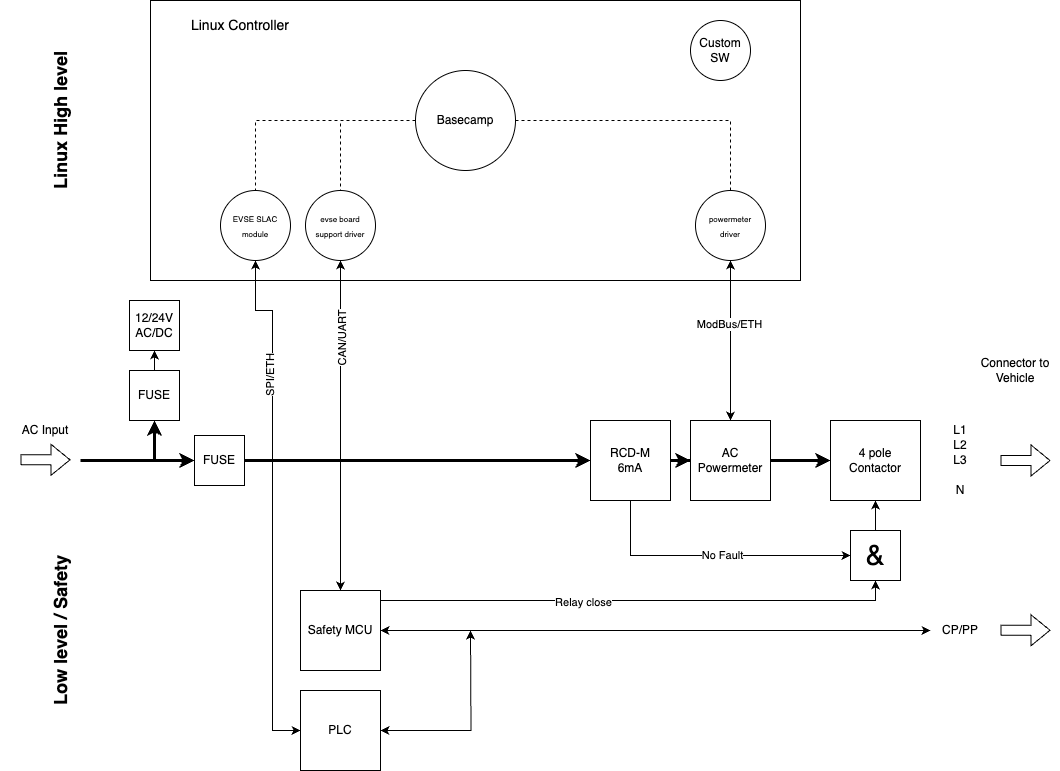
The draw.io diagram docs/source/explanation/images/ac-architecture.png in EVerest/everest-core, before a commit. Source tidied: cells renumbered, new cells last; positions are measured from the earlier drawing's top-left corner, leaving out a move shared by most shapes. The source it was exported from:
```xml
<mxGraphModel>
  <root>
    <mxCell id="0" />
    <mxCell id="1" parent="0" />
    <mxCell id="2" style="rounded=0;whiteSpace=wrap;html=1;" parent="1" vertex="1">
      <mxGeometry x="170" width="650" height="280" as="geometry" />
    </mxCell>
    <mxCell id="3" style="edgeStyle=orthogonalEdgeStyle;rounded=0;jettySize=auto;html=1;endArrow=none;endFill=0;dashed=1;" parent="1" edge="1" source="6" target="40">
      <mxGeometry relative="1" as="geometry" />
    </mxCell>
    <mxCell id="4" style="edgeStyle=orthogonalEdgeStyle;rounded=0;jettySize=auto;html=1;endArrow=none;endFill=0;dashed=1;" parent="1" edge="1" source="6" target="45">
      <mxGeometry relative="1" as="geometry" />
    </mxCell>
    <mxCell id="5" style="edgeStyle=orthogonalEdgeStyle;rounded=0;jettySize=auto;html=1;entryX=0.5;entryY=0;entryDx=0;entryDy=0;endArrow=none;endFill=0;dashed=1;" parent="1" edge="1" source="6" target="37">
      <mxGeometry relative="1" as="geometry" />
    </mxCell>
    <mxCell id="6" value="Basecamp" style="ellipse;whiteSpace=wrap;html=1;" parent="1" vertex="1">
      <mxGeometry x="435" y="70" width="100" height="100" as="geometry" />
    </mxCell>
    <mxCell id="7" value="Custom SW" style="ellipse;whiteSpace=wrap;html=1;" parent="1" vertex="1">
      <mxGeometry x="710" y="20" width="60" height="60" as="geometry" />
    </mxCell>
    <mxCell id="8" style="edgeStyle=orthogonalEdgeStyle;rounded=0;jettySize=auto;html=1;entryX=0.5;entryY=1;entryDx=0;entryDy=0;" parent="1" edge="1" source="11" target="34">
      <mxGeometry relative="1" as="geometry">
        <Array as="points">
          <mxPoint x="895" y="600" />
        </Array>
      </mxGeometry>
    </mxCell>
    <mxCell id="9" value="Relay close" style="edgeLabel;html=1;align=center;verticalAlign=middle;" parent="8" vertex="1">
      <mxGeometry x="-0.21" y="-1" relative="1" as="geometry" />
    </mxCell>
    <mxCell id="10" style="edgeStyle=orthogonalEdgeStyle;rounded=0;jettySize=auto;html=1;startArrow=classic;startFill=1;" parent="1" edge="1" source="11" target="14">
      <mxGeometry relative="1" as="geometry">
        <Array as="points">
          <mxPoint x="980" y="630" />
        </Array>
      </mxGeometry>
    </mxCell>
    <mxCell id="11" value="Safety MCU" style="whiteSpace=wrap;html=1;" parent="1" vertex="1">
      <mxGeometry x="320" y="590" width="80" height="80" as="geometry" />
    </mxCell>
    <mxCell id="12" value="&lt;font style=&quot;font-size: 14px;&quot;&gt;Linux Controller&lt;/font&gt;" style="text;html=1;align=center;verticalAlign=middle;whiteSpace=wrap;rounded=0;" parent="1" vertex="1">
      <mxGeometry x="180" y="10" width="160" height="30" as="geometry" />
    </mxCell>
    <mxCell id="13" style="shape=flexArrow;endArrow=classic;html=1;rounded=0;" parent="1" edge="1">
      <mxGeometry relative="1" as="geometry">
        <mxPoint x="1020" y="629.8" as="sourcePoint" />
        <mxPoint x="1070" y="629.8" as="targetPoint" />
      </mxGeometry>
    </mxCell>
    <mxCell id="14" value="CP/PP" style="text;html=1;align=center;verticalAlign=middle;whiteSpace=wrap;rounded=0;" parent="1" vertex="1">
      <mxGeometry x="950" y="615" width="60" height="30" as="geometry" />
    </mxCell>
    <mxCell id="15" value="Connector to Vehicle" style="text;html=1;align=center;verticalAlign=middle;whiteSpace=wrap;rounded=0;" parent="1" vertex="1">
      <mxGeometry x="990" y="350" width="90" height="40" as="geometry" />
    </mxCell>
    <mxCell id="16" value="L1" style="text;html=1;align=center;verticalAlign=middle;whiteSpace=wrap;rounded=0;" parent="1" vertex="1">
      <mxGeometry x="950" y="415" width="60" height="30" as="geometry" />
    </mxCell>
    <mxCell id="17" value="4 pole Contactor" style="rounded=0;whiteSpace=wrap;html=1;" parent="1" vertex="1">
      <mxGeometry x="850" y="420" width="90" height="80" as="geometry" />
    </mxCell>
    <mxCell id="18" value="N" style="text;html=1;align=center;verticalAlign=middle;whiteSpace=wrap;rounded=0;" parent="1" vertex="1">
      <mxGeometry x="950" y="475" width="60" height="30" as="geometry" />
    </mxCell>
    <mxCell id="19" style="shape=flexArrow;endArrow=classic;html=1;rounded=0;" parent="1" edge="1">
      <mxGeometry relative="1" as="geometry">
        <mxPoint x="1020" y="460" as="sourcePoint" />
        <mxPoint x="1070" y="460" as="targetPoint" />
      </mxGeometry>
    </mxCell>
    <mxCell id="20" style="edgeStyle=orthogonalEdgeStyle;rounded=0;jettySize=auto;html=1;entryX=0;entryY=0.5;entryDx=0;entryDy=0;strokeWidth=3;" parent="1" edge="1" source="21" target="17">
      <mxGeometry relative="1" as="geometry" />
    </mxCell>
    <mxCell id="21" value="AC&lt;div&gt;Powermeter&lt;/div&gt;" style="whiteSpace=wrap;html=1;" parent="1" vertex="1">
      <mxGeometry x="710" y="420" width="80" height="80" as="geometry" />
    </mxCell>
    <mxCell id="22" style="edgeStyle=orthogonalEdgeStyle;rounded=0;jettySize=auto;html=1;entryX=0;entryY=0.5;entryDx=0;entryDy=0;strokeWidth=3;" parent="1" edge="1" source="25" target="21">
      <mxGeometry relative="1" as="geometry" />
    </mxCell>
    <mxCell id="23" style="edgeStyle=orthogonalEdgeStyle;rounded=0;jettySize=auto;html=1;entryX=0;entryY=0.5;entryDx=0;entryDy=0;" parent="1" edge="1" source="25" target="34">
      <mxGeometry relative="1" as="geometry">
        <Array as="points">
          <mxPoint x="650" y="555" />
        </Array>
      </mxGeometry>
    </mxCell>
    <mxCell id="24" value="No Fault" style="edgeLabel;html=1;align=center;verticalAlign=middle;" parent="23" vertex="1">
      <mxGeometry x="0.06" y="1" relative="1" as="geometry" />
    </mxCell>
    <mxCell id="25" value="RCD-M&lt;div&gt;6mA&lt;/div&gt;" style="whiteSpace=wrap;html=1;" parent="1" vertex="1">
      <mxGeometry x="610" y="420" width="80" height="80" as="geometry" />
    </mxCell>
    <mxCell id="26" style="edgeStyle=orthogonalEdgeStyle;rounded=0;jettySize=auto;html=1;startArrow=classic;startFill=1;endArrow=none;endFill=0;strokeWidth=3;" parent="1" edge="1" source="28">
      <mxGeometry relative="1" as="geometry">
        <mxPoint x="174" y="460" as="targetPoint" />
      </mxGeometry>
    </mxCell>
    <mxCell id="27" style="edgeStyle=orthogonalEdgeStyle;rounded=0;jettySize=auto;html=1;entryX=0.5;entryY=1;entryDx=0;entryDy=0;" parent="1" edge="1" source="28" target="29">
      <mxGeometry relative="1" as="geometry" />
    </mxCell>
    <mxCell id="28" value="FUSE" style="whiteSpace=wrap;html=1;" parent="1" vertex="1">
      <mxGeometry x="149" y="370" width="50" height="50" as="geometry" />
    </mxCell>
    <mxCell id="29" value="12/24V AC/DC" style="whiteSpace=wrap;html=1;" parent="1" vertex="1">
      <mxGeometry x="149" y="300" width="50" height="50" as="geometry" />
    </mxCell>
    <mxCell id="30" style="edgeStyle=orthogonalEdgeStyle;rounded=0;jettySize=auto;html=1;strokeWidth=3;entryX=0;entryY=0.5;entryDx=0;entryDy=0;" parent="1" edge="1" source="31" target="25">
      <mxGeometry relative="1" as="geometry" />
    </mxCell>
    <mxCell id="31" value="FUSE" style="whiteSpace=wrap;html=1;" parent="1" vertex="1">
      <mxGeometry x="214" y="435" width="50" height="50" as="geometry" />
    </mxCell>
    <mxCell id="32" style="endArrow=classic;html=1;rounded=0;entryX=0;entryY=0.5;entryDx=0;entryDy=0;strokeWidth=3;" parent="1" edge="1" target="31">
      <mxGeometry relative="1" as="geometry">
        <mxPoint x="100" y="460" as="sourcePoint" />
      </mxGeometry>
    </mxCell>
    <mxCell id="33" style="edgeStyle=orthogonalEdgeStyle;rounded=0;jettySize=auto;html=1;entryX=0.5;entryY=1;entryDx=0;entryDy=0;" parent="1" edge="1" source="34" target="17">
      <mxGeometry relative="1" as="geometry" />
    </mxCell>
    <mxCell id="34" value="&lt;font style=&quot;font-size: 28px;&quot;&gt;&amp;amp;&lt;/font&gt;" style="whiteSpace=wrap;html=1;" parent="1" vertex="1">
      <mxGeometry x="870" y="530" width="50" height="50" as="geometry" />
    </mxCell>
    <mxCell id="35" style="edgeStyle=orthogonalEdgeStyle;rounded=0;jettySize=auto;html=1;startArrow=classic;startFill=1;" parent="1" edge="1" source="37" target="21">
      <mxGeometry relative="1" as="geometry" />
    </mxCell>
    <mxCell id="36" value="ModBus/ETH" style="edgeLabel;html=1;align=center;verticalAlign=middle;" parent="35" vertex="1">
      <mxGeometry x="-0.21" y="-2" relative="1" as="geometry" />
    </mxCell>
    <mxCell id="37" value="&lt;font style=&quot;font-size: 8px;&quot;&gt;powermeter&lt;/font&gt;&lt;div&gt;&lt;font style=&quot;font-size: 8px;&quot;&gt;driver&lt;/font&gt;&lt;/div&gt;" style="ellipse;whiteSpace=wrap;html=1;" parent="1" vertex="1">
      <mxGeometry x="715" y="190" width="70" height="70" as="geometry" />
    </mxCell>
    <mxCell id="38" style="edgeStyle=orthogonalEdgeStyle;rounded=0;jettySize=auto;html=1;entryX=0;entryY=0.5;entryDx=0;entryDy=0;startArrow=classic;startFill=1;exitX=0.5;exitY=1;exitDx=0;exitDy=0;" parent="1" edge="1" source="40" target="42">
      <mxGeometry relative="1" as="geometry">
        <Array as="points">
          <mxPoint x="275" y="310" />
          <mxPoint x="292" y="310" />
          <mxPoint x="292" y="730" />
        </Array>
      </mxGeometry>
    </mxCell>
    <mxCell id="39" value="SPI/ETH" style="edgeLabel;html=1;align=center;verticalAlign=middle;rotation=-90;" parent="38" vertex="1">
      <mxGeometry x="-0.48" y="-3" relative="1" as="geometry" />
    </mxCell>
    <mxCell id="40" value="&lt;font style=&quot;font-size: 8px;&quot;&gt;EVSE SLAC module&lt;/font&gt;" style="ellipse;whiteSpace=wrap;html=1;" parent="1" vertex="1">
      <mxGeometry x="240" y="190" width="70" height="70" as="geometry" />
    </mxCell>
    <mxCell id="41" style="edgeStyle=orthogonalEdgeStyle;rounded=0;jettySize=auto;html=1;startArrow=classic;startFill=1;" parent="1" edge="1" source="42">
      <mxGeometry relative="1" as="geometry">
        <mxPoint x="490" y="630" as="targetPoint" />
      </mxGeometry>
    </mxCell>
    <mxCell id="42" value="PLC" style="whiteSpace=wrap;html=1;" parent="1" vertex="1">
      <mxGeometry x="320" y="690" width="80" height="80" as="geometry" />
    </mxCell>
    <mxCell id="43" style="edgeStyle=orthogonalEdgeStyle;rounded=0;jettySize=auto;html=1;entryX=0.5;entryY=0;entryDx=0;entryDy=0;startArrow=classic;startFill=1;" parent="1" edge="1" source="45" target="11">
      <mxGeometry relative="1" as="geometry">
        <Array as="points">
          <mxPoint x="360" y="225" />
        </Array>
      </mxGeometry>
    </mxCell>
    <mxCell id="44" value="CAN/UART" style="edgeLabel;html=1;align=center;verticalAlign=middle;rotation=-90;" parent="43" vertex="1">
      <mxGeometry x="-0.52" y="1" relative="1" as="geometry" />
    </mxCell>
    <mxCell id="45" value="&lt;font style=&quot;font-size: 8px;&quot;&gt;evse board support driver&lt;/font&gt;" style="ellipse;whiteSpace=wrap;html=1;" parent="1" vertex="1">
      <mxGeometry x="325" y="190" width="70" height="70" as="geometry" />
    </mxCell>
    <mxCell id="46" value="AC Input" style="text;html=1;align=center;verticalAlign=middle;whiteSpace=wrap;rounded=0;" parent="1" vertex="1">
      <mxGeometry x="20" y="410" width="90" height="40" as="geometry" />
    </mxCell>
    <mxCell id="47" style="shape=flexArrow;endArrow=classic;html=1;rounded=0;" parent="1" edge="1">
      <mxGeometry relative="1" as="geometry">
        <mxPoint x="40" y="459.3" as="sourcePoint" />
        <mxPoint x="90" y="459.3" as="targetPoint" />
      </mxGeometry>
    </mxCell>
    <mxCell id="48" value="&lt;font style=&quot;font-size: 18px;&quot;&gt;&lt;b style=&quot;&quot;&gt;Linux High level&lt;/b&gt;&lt;/font&gt;" style="text;html=1;align=center;verticalAlign=middle;whiteSpace=wrap;rounded=0;rotation=-90;" parent="1" vertex="1">
      <mxGeometry y="105" width="160" height="30" as="geometry" />
    </mxCell>
    <mxCell id="49" value="&lt;font style=&quot;font-size: 18px;&quot;&gt;&lt;b style=&quot;&quot;&gt;Low level / S&lt;/b&gt;&lt;/font&gt;&lt;b style=&quot;font-size: 18px; background-color: initial;&quot;&gt;afety&lt;/b&gt;" style="text;html=1;align=center;verticalAlign=middle;whiteSpace=wrap;rounded=0;rotation=-90;" parent="1" vertex="1">
      <mxGeometry y="615" width="160" height="30" as="geometry" />
    </mxCell>
    <mxCell id="50" value="L2" style="text;html=1;align=center;verticalAlign=middle;whiteSpace=wrap;rounded=0;" parent="1" vertex="1">
      <mxGeometry x="950" y="430" width="60" height="30" as="geometry" />
    </mxCell>
    <mxCell id="51" value="L3" style="text;html=1;align=center;verticalAlign=middle;whiteSpace=wrap;rounded=0;" parent="1" vertex="1">
      <mxGeometry x="950" y="445" width="60" height="30" as="geometry" />
    </mxCell>
  </root>
</mxGraphModel>
```
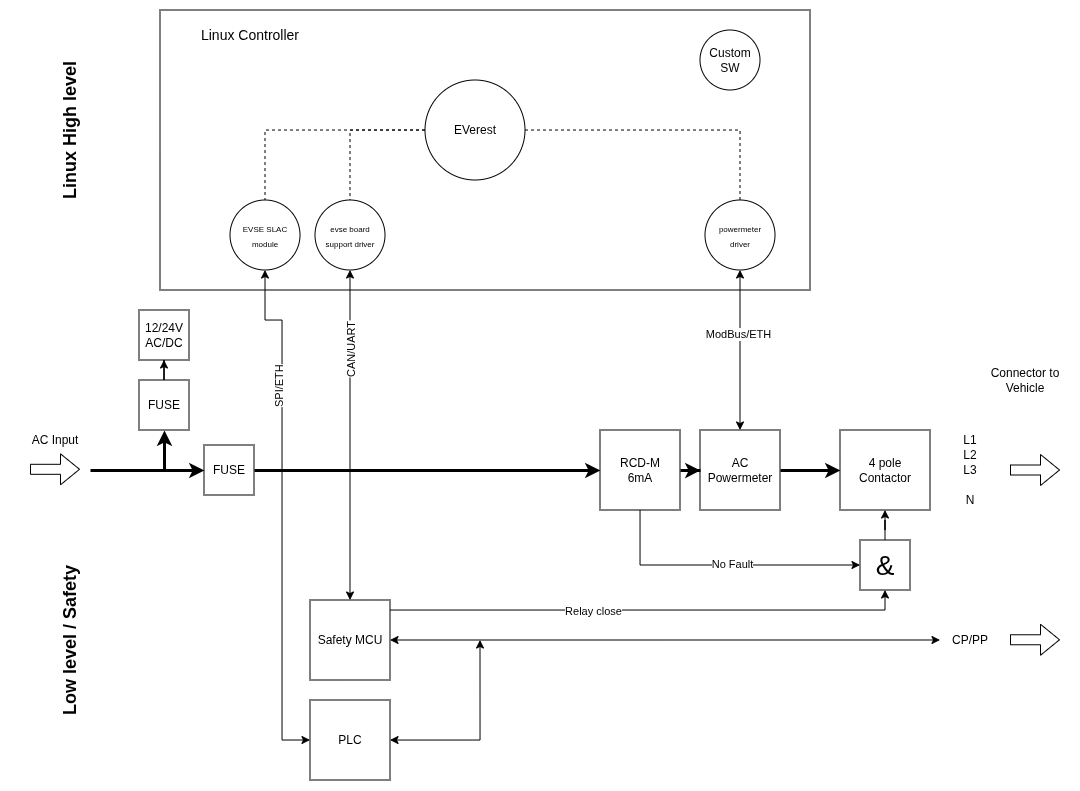
Later version of the same file.

Diff of the diagram source:
```diff
@@ -14,7 +14,7 @@
     <mxCell id="5" style="edgeStyle=orthogonalEdgeStyle;rounded=0;jettySize=auto;html=1;entryX=0.5;entryY=0;entryDx=0;entryDy=0;endArrow=none;endFill=0;dashed=1;" parent="1" edge="1" source="6" target="37">
       <mxGeometry relative="1" as="geometry" />
     </mxCell>
-    <mxCell id="6" value="Basecamp" style="ellipse;whiteSpace=wrap;html=1;" parent="1" vertex="1">
+    <mxCell id="6" value="EVerest" style="ellipse;whiteSpace=wrap;html=1;" parent="1" vertex="1">
       <mxGeometry x="435" y="70" width="100" height="100" as="geometry" />
     </mxCell>
     <mxCell id="7" value="Custom SW" style="ellipse;whiteSpace=wrap;html=1;" parent="1" vertex="1">
```
